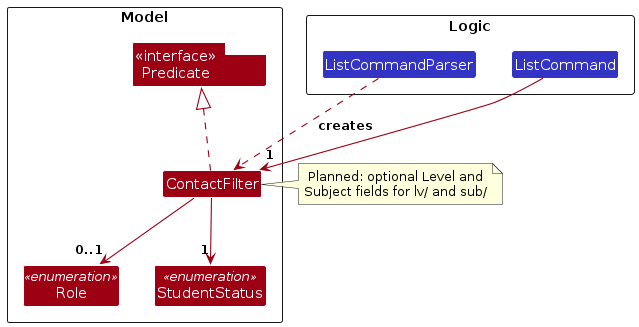
Above: diagrams/ContactFilterClassDiagram.png in AY2627S1-CS2103T-T15-2/tp (PlantUML), before the change. Its source is kept beside it as diagrams/ContactFilterClassDiagram.puml. Source of this version:
```plantuml
@startuml
!include style.puml
skinparam arrowThickness 1.1
skinparam arrowColor MODEL_COLOR
skinparam classBackgroundColor MODEL_COLOR

package Logic <<Rectangle>> {
class ListCommandParser LOGIC_COLOR
class ListCommand LOGIC_COLOR
}

package Model <<Rectangle>> {
class "<<interface>>\nPredicate<Person>" as Predicate
class ContactFilter
enum Role <<enumeration>>
enum StudentStatus <<enumeration>>
}

ListCommandParser ..> ContactFilter : creates
ListCommand --> "1" ContactFilter
ContactFilter .up.|> Predicate
ContactFilter --> "0..1" Role
ContactFilter --> "1" StudentStatus

note right of ContactFilter
  Planned: optional Level and
  Subject fields for lv/ and sub/
end note
@enduml
```
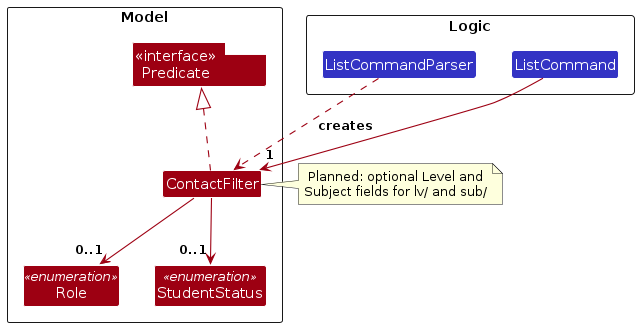
After the commit.

The edit, as a diff of the source:
```diff
@@ -20,7 +20,7 @@
 ListCommand --> "1" ContactFilter
 ContactFilter .up.|> Predicate
 ContactFilter --> "0..1" Role
-ContactFilter --> "1" StudentStatus
+ContactFilter --> "0..1" StudentStatus
 
 note right of ContactFilter
   Planned: optional Level and
```
